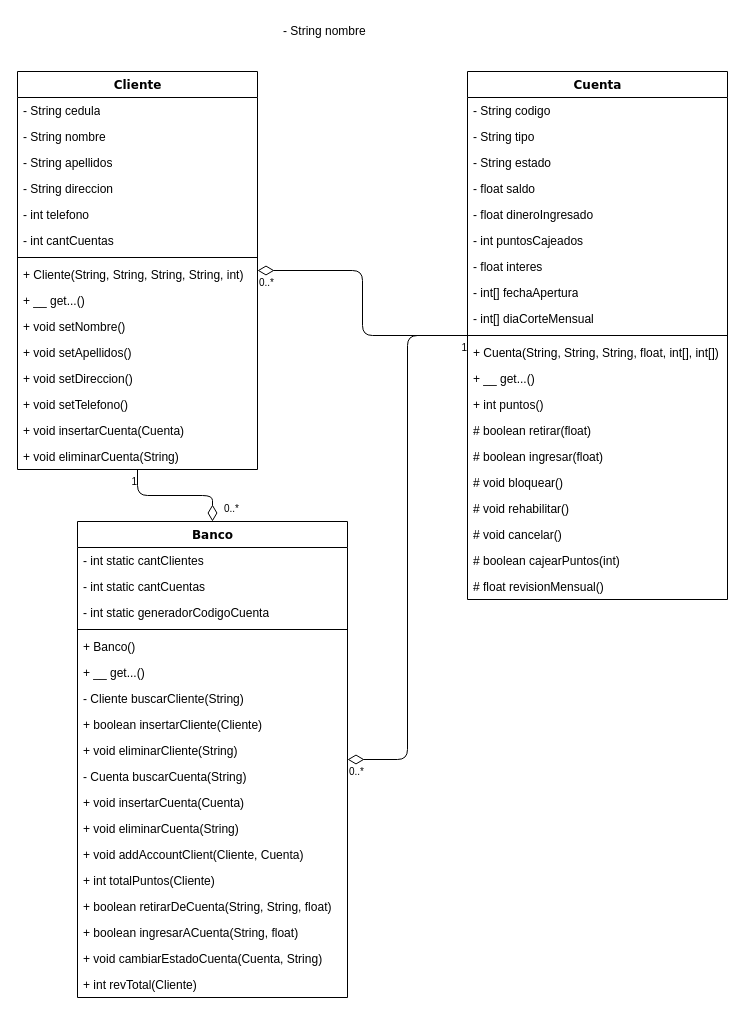
The draw.io diagram TareaUno/diagrama.drawio in 20170945/ST-ISC-212, before the edit. Source tidied: cells renumbered, new cells numbered last; positions are measured from the earlier drawing's top-left corner, leaving out a move shared by most shapes. Both pictures are drawn from the tidied source at 100%, with x=0, y=0 at pixel (17, 17).
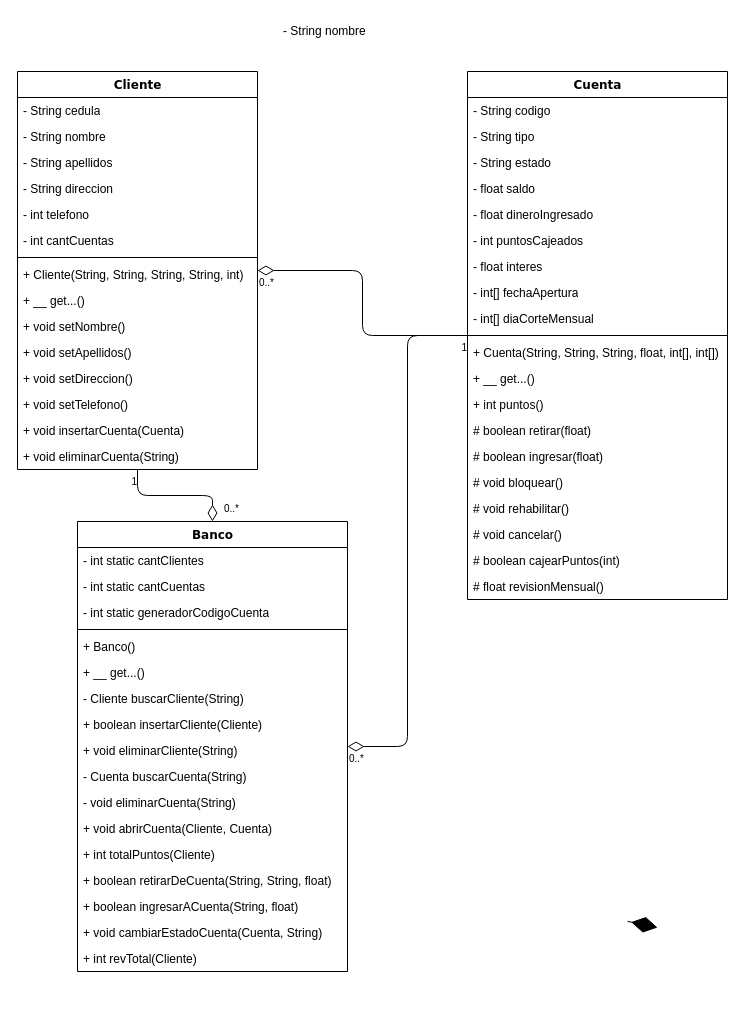
The same diagram, later.

What changed in the source:
```diff
@@
     <mxCell id="40" value="Banco" style="swimlane;html=1;fontStyle=1;align=center;verticalAlign=top;horizontal=1;startSize=26;swimlaneFillColor=#ffffff;rounded=0;shadow=0;comic=0;labelBackgroundColor=none;strokeColor=#000000;strokeWidth=1;fillColor=none;fontFamily=Verdana;fontSize=12;fontColor=#000000;" parent="1" vertex="1">
-      <mxGeometry x="60" y="504" width="270" height="476" as="geometry" />
+      <mxGeometry x="60" y="504" width="270" height="450" as="geometry" />
     </mxCell>
@@
-    <mxCell id="51" value="+ void insertarCuenta(Cuenta)" style="text;html=1;strokeColor=none;fillColor=none;align=left;verticalAlign=top;spacingLeft=4;spacingRight=4;whiteSpace=wrap;overflow=hidden;" parent="40" vertex="1">
-      <mxGeometry y="268" width="270" height="26" as="geometry" />
-    </mxCell>
-    <mxCell id="52" value="+ void eliminarCuenta(String)" style="text;html=1;strokeColor=none;fillColor=none;align=left;verticalAlign=top;spacingLeft=4;spacingRight=4;whiteSpace=wrap;overflow=hidden;" parent="40" vertex="1">
-      <mxGeometry y="294" width="270" height="26" as="geometry" />
-    </mxCell>
+    <mxCell id="68" value="- void eliminarCuenta(String)" style="text;html=1;strokeColor=none;fillColor=none;align=left;verticalAlign=top;spacingLeft=4;spacingRight=4;whiteSpace=wrap;overflow=hidden;" parent="40" vertex="1">
+      <mxGeometry y="268" width="270" height="26" as="geometry" />
+    </mxCell>
-    <mxCell id="53" value="+ void addAccountClient(Cliente, Cuenta)" style="text;html=1;strokeColor=none;fillColor=none;align=left;verticalAlign=top;spacingLeft=4;spacingRight=4;whiteSpace=wrap;overflow=hidden;" parent="40" vertex="1">
-      <mxGeometry y="320" width="270" height="26" as="geometry" />
+    <mxCell id="53" value="+ void abrirCuenta(Cliente, Cuenta)" style="text;html=1;strokeColor=none;fillColor=none;align=left;verticalAlign=top;spacingLeft=4;spacingRight=4;whiteSpace=wrap;overflow=hidden;" parent="40" vertex="1">
+      <mxGeometry y="294" width="270" height="26" as="geometry" />
     </mxCell>
     <mxCell id="54" value="+ int totalPuntos(Cliente)" style="text;html=1;strokeColor=none;fillColor=none;align=left;verticalAlign=top;spacingLeft=4;spacingRight=4;whiteSpace=wrap;overflow=hidden;" parent="40" vertex="1">
-      <mxGeometry y="346" width="270" height="26" as="geometry" />
+      <mxGeometry y="320" width="270" height="26" as="geometry" />
     </mxCell>
     <mxCell id="55" value="+ boolean retirarDeCuenta(String, String, float)" style="text;html=1;strokeColor=none;fillColor=none;align=left;verticalAlign=top;spacingLeft=4;spacingRight=4;whiteSpace=wrap;overflow=hidden;" parent="40" vertex="1">
-      <mxGeometry y="372" width="270" height="26" as="geometry" />
+      <mxGeometry y="346" width="270" height="26" as="geometry" />
     </mxCell>
     <mxCell id="56" value="+ boolean ingresarACuenta(String, float)" style="text;html=1;strokeColor=none;fillColor=none;align=left;verticalAlign=top;spacingLeft=4;spacingRight=4;whiteSpace=wrap;overflow=hidden;" parent="40" vertex="1">
-      <mxGeometry y="398" width="270" height="26" as="geometry" />
+      <mxGeometry y="372" width="270" height="26" as="geometry" />
     </mxCell>
     <mxCell id="57" value="+ void cambiarEstadoCuenta(Cuenta, String)" style="text;html=1;strokeColor=none;fillColor=none;align=left;verticalAlign=top;spacingLeft=4;spacingRight=4;whiteSpace=wrap;overflow=hidden;" parent="40" vertex="1">
-      <mxGeometry y="424" width="270" height="26" as="geometry" />
+      <mxGeometry y="398" width="270" height="26" as="geometry" />
     </mxCell>
     <mxCell id="58" value="+ int revTotal(Cliente)" style="text;html=1;strokeColor=none;fillColor=none;align=left;verticalAlign=top;spacingLeft=4;spacingRight=4;whiteSpace=wrap;overflow=hidden;" parent="40" vertex="1">
-      <mxGeometry y="450" width="270" height="26" as="geometry" />
+      <mxGeometry y="424" width="270" height="26" as="geometry" />
     </mxCell>
@@
+    <mxCell id="69" style="endArrow=diamondThin;endFill=1;endSize=24;html=1;" parent="1" edge="1">
+      <mxGeometry relative="1" as="geometry">
+        <mxPoint x="610" y="903.9" as="sourcePoint" />
+        <mxPoint x="640" y="910" as="targetPoint" />
+      </mxGeometry>
+    </mxCell>
```
